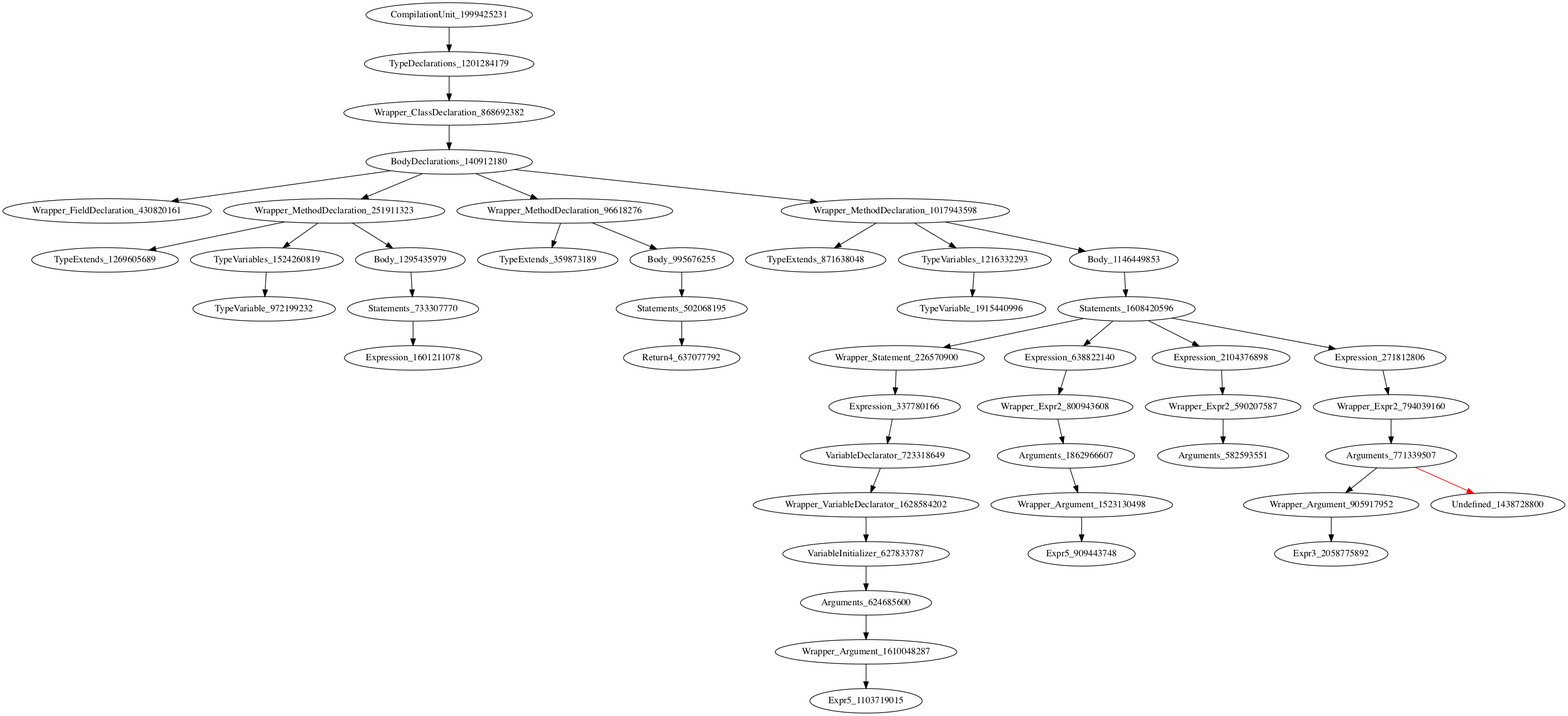
This is holeAST.png from icse2023material/VoiceJava, a Graphviz export, as it was before one commit. Its source is kept beside it as holeAST.dot. Its diagram source:
```dot
digraph {
CompilationUnit_1999425231 -> TypeDeclarations_1201284179
TypeDeclarations_1201284179 -> Wrapper_ClassDeclaration_868692382
Wrapper_ClassDeclaration_868692382 -> BodyDeclarations_140912180
BodyDeclarations_140912180 -> Wrapper_FieldDeclaration_430820161
BodyDeclarations_140912180 -> Wrapper_MethodDeclaration_251911323
BodyDeclarations_140912180 -> Wrapper_MethodDeclaration_96618276
BodyDeclarations_140912180 -> Wrapper_MethodDeclaration_1017943598
Wrapper_MethodDeclaration_251911323 -> TypeExtends_1269605689
Wrapper_MethodDeclaration_251911323 -> TypeVariables_1524260819
Wrapper_MethodDeclaration_251911323 -> Body_1295435979
Wrapper_MethodDeclaration_96618276 -> TypeExtends_359873189
Wrapper_MethodDeclaration_96618276 -> Body_995676255
Wrapper_MethodDeclaration_1017943598 -> TypeExtends_871638048
Wrapper_MethodDeclaration_1017943598 -> TypeVariables_1216332293
Wrapper_MethodDeclaration_1017943598 -> Body_1146449853
TypeVariables_1524260819 -> TypeVariable_972199232
Body_1295435979 -> Statements_733307770
Body_995676255 -> Statements_502068195
TypeVariables_1216332293 -> TypeVariable_1915440996
Body_1146449853 -> Statements_1608420596
Statements_733307770 -> Expression_1601211078
Statements_502068195 -> Return4_637077792
Statements_1608420596 -> Wrapper_Statement_226570900
Statements_1608420596 -> Expression_638822140
Statements_1608420596 -> Expression_2104376898
Statements_1608420596 -> Expression_271812806
Wrapper_Statement_226570900 -> Expression_337780166
Expression_638822140 -> Wrapper_Expr2_800943608
Expression_2104376898 -> Wrapper_Expr2_590207587
Expression_271812806 -> Wrapper_Expr2_794039160
Expression_337780166 -> VariableDeclarator_723318649
Wrapper_Expr2_800943608 -> Arguments_1862966607
Wrapper_Expr2_590207587 -> Arguments_582593551
Wrapper_Expr2_794039160 -> Arguments_771339507
VariableDeclarator_723318649 -> Wrapper_VariableDeclarator_1628584202
Arguments_1862966607 -> Wrapper_Argument_1523130498
Arguments_771339507 -> Wrapper_Argument_905917952
Arguments_771339507 -> Undefined_1438728800 [color = red]
Wrapper_VariableDeclarator_1628584202 -> VariableInitializer_627833787
Wrapper_Argument_1523130498 -> Expr5_909443748
Wrapper_Argument_905917952 -> Expr3_2058775892
VariableInitializer_627833787 -> Arguments_624685600
Arguments_624685600 -> Wrapper_Argument_1610048287
Wrapper_Argument_1610048287 -> Expr5_1103719015
}
```
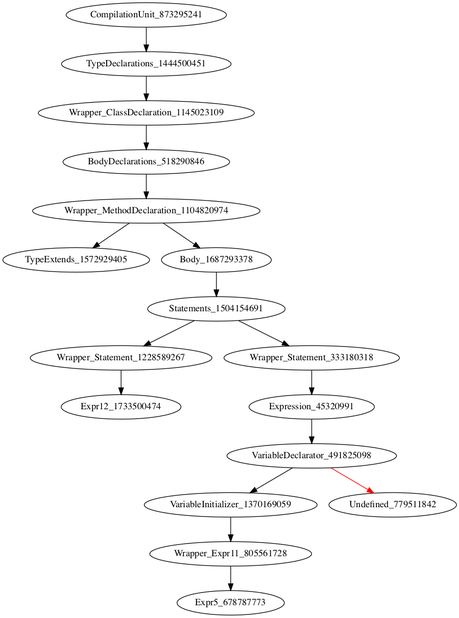
After the change.

What changed in the source:
```diff
@@ -1,46 +1,18 @@
 digraph {
-CompilationUnit_1999425231 -> TypeDeclarations_1201284179
-TypeDeclarations_1201284179 -> Wrapper_ClassDeclaration_868692382
-Wrapper_ClassDeclaration_868692382 -> BodyDeclarations_140912180
-BodyDeclarations_140912180 -> Wrapper_FieldDeclaration_430820161
-BodyDeclarations_140912180 -> Wrapper_MethodDeclaration_251911323
-BodyDeclarations_140912180 -> Wrapper_MethodDeclaration_96618276
-BodyDeclarations_140912180 -> Wrapper_MethodDeclaration_1017943598
-Wrapper_MethodDeclaration_251911323 -> TypeExtends_1269605689
-Wrapper_MethodDeclaration_251911323 -> TypeVariables_1524260819
-Wrapper_MethodDeclaration_251911323 -> Body_1295435979
-Wrapper_MethodDeclaration_96618276 -> TypeExtends_359873189
-Wrapper_MethodDeclaration_96618276 -> Body_995676255
-Wrapper_MethodDeclaration_1017943598 -> TypeExtends_871638048
-Wrapper_MethodDeclaration_1017943598 -> TypeVariables_1216332293
-Wrapper_MethodDeclaration_1017943598 -> Body_1146449853
-TypeVariables_1524260819 -> TypeVariable_972199232
-Body_1295435979 -> Statements_733307770
-Body_995676255 -> Statements_502068195
-TypeVariables_1216332293 -> TypeVariable_1915440996
-Body_1146449853 -> Statements_1608420596
-Statements_733307770 -> Expression_1601211078
-Statements_502068195 -> Return4_637077792
-Statements_1608420596 -> Wrapper_Statement_226570900
-Statements_1608420596 -> Expression_638822140
-Statements_1608420596 -> Expression_2104376898
-Statements_1608420596 -> Expression_271812806
-Wrapper_Statement_226570900 -> Expression_337780166
-Expression_638822140 -> Wrapper_Expr2_800943608
-Expression_2104376898 -> Wrapper_Expr2_590207587
-Expression_271812806 -> Wrapper_Expr2_794039160
-Expression_337780166 -> VariableDeclarator_723318649
-Wrapper_Expr2_800943608 -> Arguments_1862966607
-Wrapper_Expr2_590207587 -> Arguments_582593551
-Wrapper_Expr2_794039160 -> Arguments_771339507
-VariableDeclarator_723318649 -> Wrapper_VariableDeclarator_1628584202
-Arguments_1862966607 -> Wrapper_Argument_1523130498
-Arguments_771339507 -> Wrapper_Argument_905917952
-Arguments_771339507 -> Undefined_1438728800 [color = red]
-Wrapper_VariableDeclarator_1628584202 -> VariableInitializer_627833787
-Wrapper_Argument_1523130498 -> Expr5_909443748
-Wrapper_Argument_905917952 -> Expr3_2058775892
-VariableInitializer_627833787 -> Arguments_624685600
-Arguments_624685600 -> Wrapper_Argument_1610048287
-Wrapper_Argument_1610048287 -> Expr5_1103719015
+CompilationUnit_873295241 -> TypeDeclarations_1444500451
+TypeDeclarations_1444500451 -> Wrapper_ClassDeclaration_1145023109
+Wrapper_ClassDeclaration_1145023109 -> BodyDeclarations_518290846
+BodyDeclarations_518290846 -> Wrapper_MethodDeclaration_1104820974
+Wrapper_MethodDeclaration_1104820974 -> TypeExtends_1572929405
+Wrapper_MethodDeclaration_1104820974 -> Body_1687293378
+Body_1687293378 -> Statements_1504154691
+Statements_1504154691 -> Wrapper_Statement_1228589267
+Statements_1504154691 -> Wrapper_Statement_333180318
+Wrapper_Statement_1228589267 -> Expr12_1733500474
+Wrapper_Statement_333180318 -> Expression_45320991
+Expression_45320991 -> VariableDeclarator_491825098
+VariableDeclarator_491825098 -> VariableInitializer_1370169059
+VariableDeclarator_491825098 -> Undefined_779511842 [color = red]
+VariableInitializer_1370169059 -> Wrapper_Expr11_805561728
+Wrapper_Expr11_805561728 -> Expr5_678787773
 }
```
